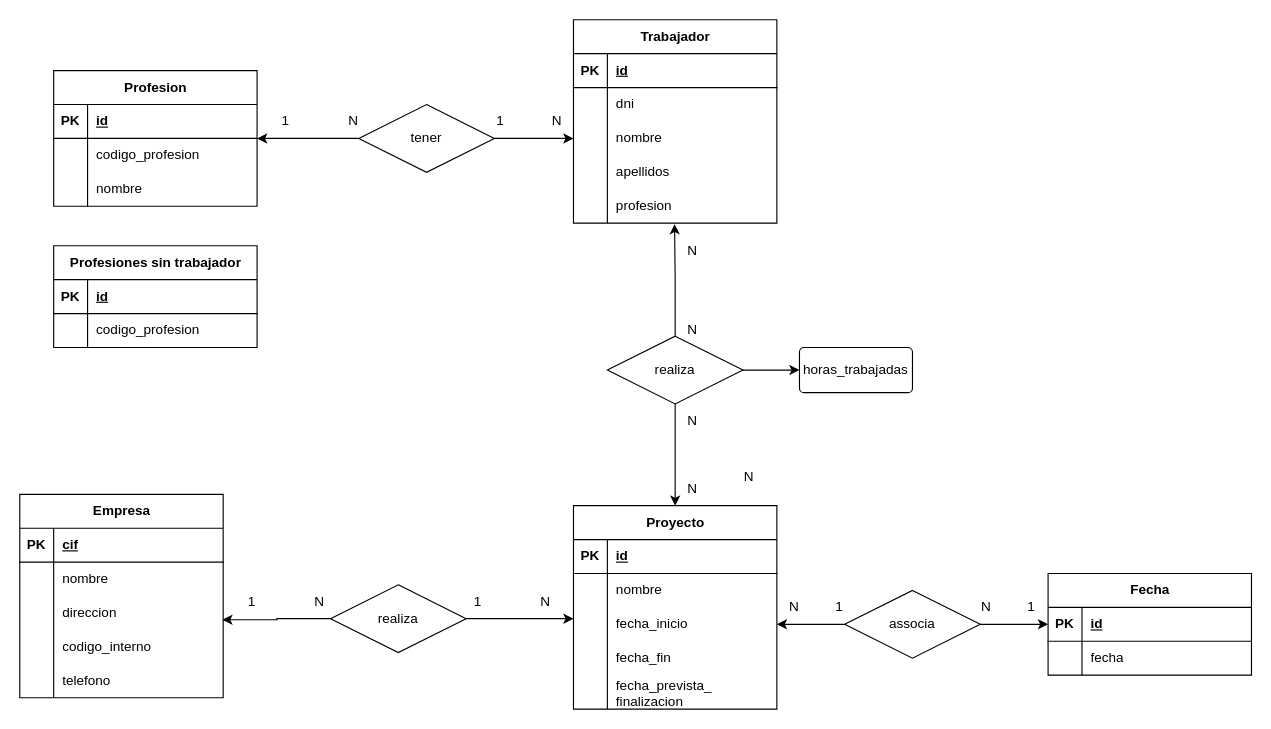
Earlier version of the draw.io diagram ej12.drawio (adriii28/amr-tsys-C3U12-11102023). Source tidied: cells renumbered, new cells numbered last; positions are measured from the earlier drawing's top-left corner, leaving out a move shared by most shapes. Both pictures are drawn from the tidied source at 113%, with x=0, y=0 at pixel (19, 19).
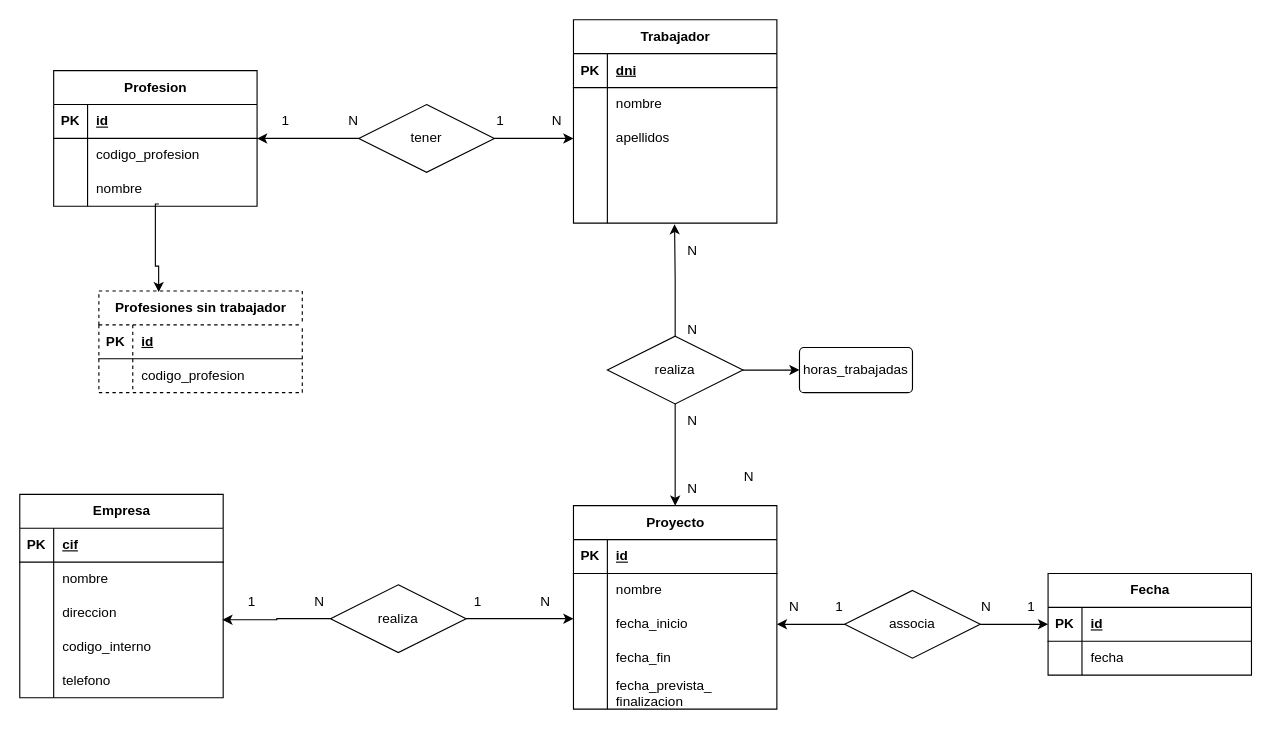
After the change.

The change refers to these unchanged cells:
```xml
<mxCell id="10" style="shape=tableRow;horizontal=0;startSize=0;swimlaneHead=0;swimlaneBody=0;fillColor=none;points=[[0,0.5],[1,0.5]];portConstraint=eastwest;top=0;left=0;right=0;bottom=0;" parent="3" vertex="1">
  <mxGeometry y="90" width="180" height="30" as="geometry" />
</mxCell>
<mxCell id="14" style="shape=tableRow;horizontal=0;startSize=0;swimlaneHead=0;swimlaneBody=0;fillColor=none;top=0;left=0;right=0;bottom=1;" parent="13" vertex="1">
  <mxGeometry y="30" width="180" height="30" as="geometry" />
</mxCell>
<mxCell id="17" style="shape=tableRow;horizontal=0;startSize=0;swimlaneHead=0;swimlaneBody=0;fillColor=none;top=0;left=0;right=0;bottom=0;" parent="13" vertex="1">
  <mxGeometry y="60" width="180" height="30" as="geometry" />
</mxCell>
<mxCell id="20" style="shape=tableRow;horizontal=0;startSize=0;swimlaneHead=0;swimlaneBody=0;fillColor=none;points=[[0,0.5],[1,0.5]];portConstraint=eastwest;top=0;left=0;right=0;bottom=0;" parent="13" vertex="1">
  <mxGeometry y="90" width="180" height="30" as="geometry" />
</mxCell>
<mxCell id="23" style="shape=tableRow;horizontal=0;startSize=0;swimlaneHead=0;swimlaneBody=0;fillColor=none;top=0;left=0;right=0;bottom=0;" parent="13" vertex="1">
  <mxGeometry y="120" width="180" height="30" as="geometry" />
</mxCell>
<mxCell id="26" style="shape=tableRow;horizontal=0;startSize=0;swimlaneHead=0;swimlaneBody=0;fillColor=none;points=[[0,0.5],[1,0.5]];portConstraint=eastwest;top=0;left=0;right=0;bottom=0;" parent="13" vertex="1">
  <mxGeometry y="150" width="180" height="30" as="geometry" />
</mxCell>
```

What changed in the source:
```diff
@@
-    <mxCell id="16" value="id" style="shape=partialRectangle;fillColor=none;top=0;left=0;bottom=0;right=0;align=left;spacingLeft=6;fontStyle=5;overflow=hidden;whiteSpace=wrap;html=1;" parent="14" vertex="1">
+    <mxCell id="16" value="dni" style="shape=partialRectangle;fillColor=none;top=0;left=0;bottom=0;right=0;align=left;spacingLeft=6;fontStyle=5;overflow=hidden;whiteSpace=wrap;html=1;" parent="14" vertex="1">
       <mxGeometry x="30" width="150" height="30" as="geometry" />
     </mxCell>
@@
-    <mxCell id="19" value="dni" style="shape=partialRectangle;fillColor=none;top=0;left=0;bottom=0;right=0;align=left;spacingLeft=6;overflow=hidden;whiteSpace=wrap;html=1;" parent="17" vertex="1">
+    <mxCell id="19" value="nombre" style="shape=partialRectangle;fillColor=none;top=0;left=0;bottom=0;right=0;align=left;spacingLeft=6;overflow=hidden;whiteSpace=wrap;html=1;" parent="17" vertex="1">
       <mxGeometry x="30" width="150" height="30" as="geometry" />
     </mxCell>
@@
-    <mxCell id="22" value="nombre" style="shape=partialRectangle;fillColor=none;top=0;left=0;bottom=0;right=0;align=left;spacingLeft=6;overflow=hidden;whiteSpace=wrap;html=1;" parent="20" vertex="1">
+    <mxCell id="22" value="apellidos" style="shape=partialRectangle;fillColor=none;top=0;left=0;bottom=0;right=0;align=left;spacingLeft=6;overflow=hidden;whiteSpace=wrap;html=1;" parent="20" vertex="1">
       <mxGeometry x="30" width="150" height="30" as="geometry" />
     </mxCell>
@@
-    <mxCell id="25" value="apellidos" style="shape=partialRectangle;fillColor=none;top=0;left=0;bottom=0;right=0;align=left;spacingLeft=6;overflow=hidden;whiteSpace=wrap;html=1;" parent="23" vertex="1">
+    <mxCell id="25" style="shape=partialRectangle;fillColor=none;top=0;left=0;bottom=0;right=0;align=left;spacingLeft=6;overflow=hidden;whiteSpace=wrap;html=1;" parent="23" vertex="1">
       <mxGeometry x="30" width="150" height="30" as="geometry" />
     </mxCell>
@@
-    <mxCell id="28" value="profesion" style="shape=partialRectangle;fillColor=none;top=0;left=0;bottom=0;right=0;align=left;spacingLeft=6;overflow=hidden;whiteSpace=wrap;html=1;" parent="26" vertex="1">
+    <mxCell id="28" style="shape=partialRectangle;fillColor=none;top=0;left=0;bottom=0;right=0;align=left;spacingLeft=6;overflow=hidden;whiteSpace=wrap;html=1;" parent="26" vertex="1">
       <mxGeometry x="30" width="150" height="30" as="geometry" />
     </mxCell>
@@
-    <mxCell id="86" value="Profesiones sin trabajador" style="shape=table;startSize=30;childLayout=tableLayout;rowLines=0;fontStyle=1;align=center;html=1;" parent="1" vertex="1">
-      <mxGeometry x="30" y="200" width="180" height="90" as="geometry" />
+    <mxCell id="86" value="Profesiones sin trabajador" style="shape=table;startSize=30;childLayout=tableLayout;rowLines=0;fontStyle=1;align=center;html=1;dashed=1;" parent="1" vertex="1">
+      <mxGeometry x="70" y="240" width="180" height="90" as="geometry" />
     </mxCell>
@@
+    <mxCell id="120" style="edgeStyle=orthogonalEdgeStyle;rounded=0;jettySize=auto;html=1;entryX=0.294;entryY=0.011;entryDx=0;entryDy=0;exitX=0.517;exitY=0.933;exitDx=0;exitDy=0;exitPerimeter=0;entryPerimeter=0;" parent="1" edge="1" source="10" target="86">
+      <mxGeometry relative="1" as="geometry">
+        <Array as="points">
+          <mxPoint x="120" y="163" />
+          <mxPoint x="120" y="218" />
+          <mxPoint x="123" y="218" />
+        </Array>
+      </mxGeometry>
+    </mxCell>
```
